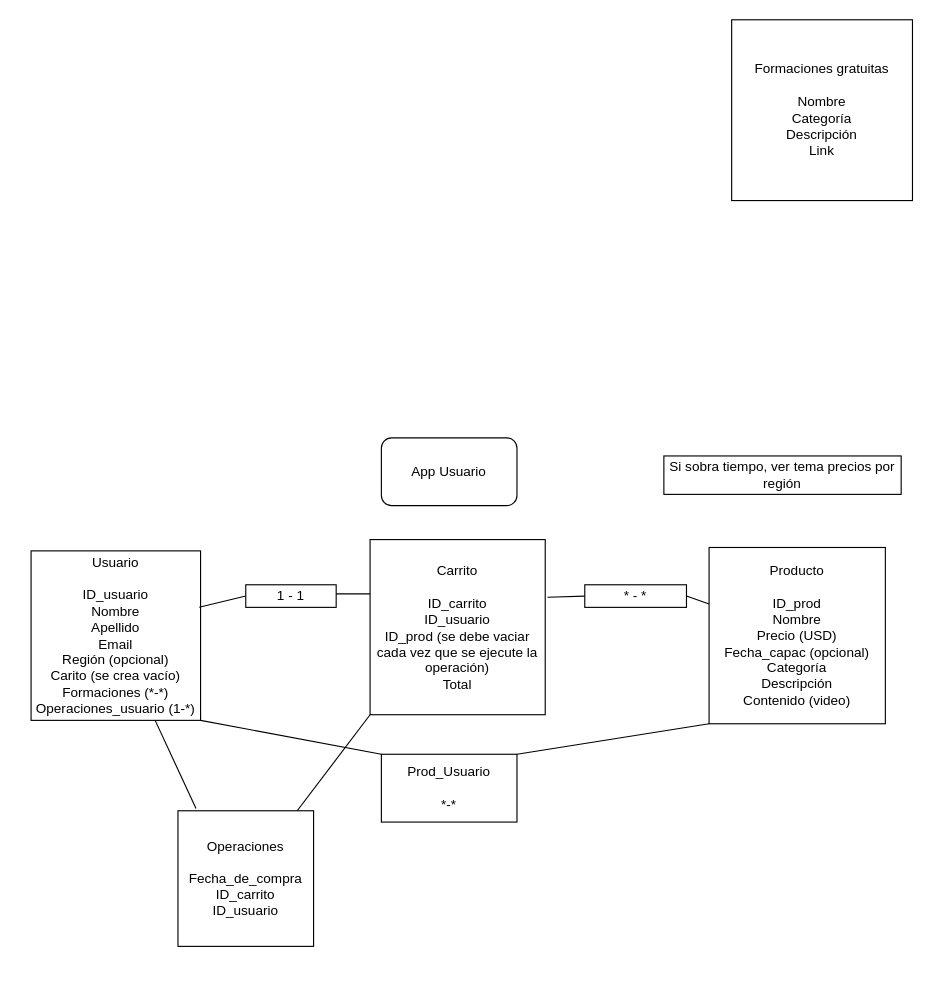
Above: Untitled Diagram.drawio in Matt-Str97/Korean-Root---MVP (draw.io), before the change. Source tidied: cells renumbered, new cells numbered last; positions are measured from the earlier drawing's top-left corner, leaving out a move shared by most shapes. Both pictures are drawn from the tidied source at 113%, with x=0, y=0 at pixel (31, 19).
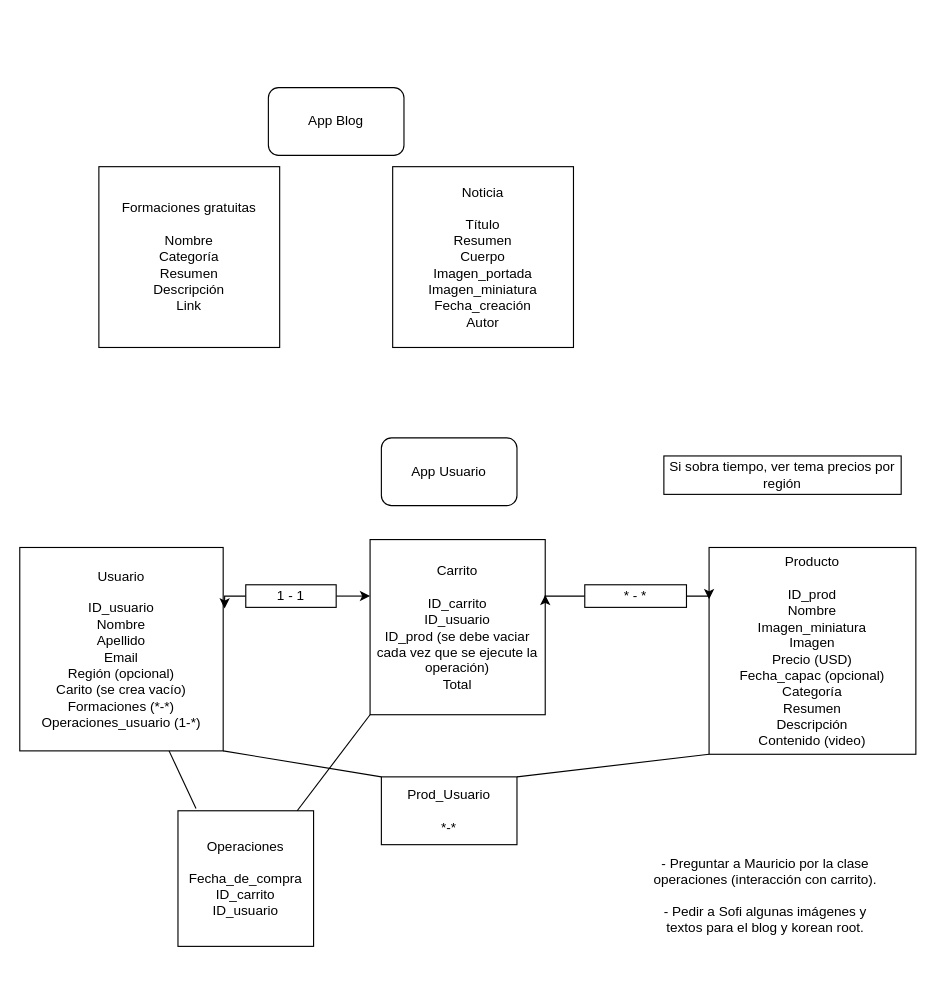
The same diagram, later.

Unchanged cells that the change refers to:
```xml
<mxCell id="6" value="Carrito&lt;br&gt;&lt;br&gt;ID_carrito&lt;br&gt;ID_usuario&lt;br&gt;ID_prod (se debe vaciar cada vez que se ejecute la operación)&lt;br&gt;Total" style="whiteSpace=wrap;html=1;" parent="1" vertex="1">
  <mxGeometry x="300" y="460" width="155" height="155" as="geometry" />
</mxCell>
<mxCell id="11" value="* - *" style="rounded=0;whiteSpace=wrap;html=1;" parent="1" vertex="1">
  <mxGeometry x="490" y="500" width="90" height="20" as="geometry" />
</mxCell>
```

What changed in the source:
```diff
@@
     <mxCell id="2" value="Usuario&lt;br&gt;&lt;br&gt;ID_usuario&lt;br&gt;Nombre&lt;br&gt;Apellido&lt;br&gt;Email&lt;br&gt;Región (opcional)&lt;br&gt;Carito (se crea vacío)&lt;br&gt;Formaciones (*-*)&lt;br&gt;Operaciones_usuario (1-*)" style="whiteSpace=wrap;html=1;" parent="1" vertex="1">
-      <mxGeometry y="470" width="150" height="150" as="geometry" />
+      <mxGeometry x="-10" y="467" width="180" height="180" as="geometry" />
     </mxCell>
-    <mxCell id="3" value="Producto&lt;br&gt;&lt;br&gt;ID_prod&lt;br&gt;Nombre&lt;br&gt;Precio (USD)&lt;br&gt;Fecha_capac (opcional)&lt;br&gt;Categoría&lt;br&gt;Descripción&lt;br&gt;Contenido (video)" style="whiteSpace=wrap;html=1;" parent="1" vertex="1">
-      <mxGeometry x="600" y="467" width="156" height="156" as="geometry" />
+    <mxCell id="3" value="Producto&lt;br&gt;&lt;br&gt;ID_prod&lt;br&gt;Nombre&lt;br&gt;Imagen_miniatura&lt;br&gt;Imagen&lt;br&gt;Precio (USD)&lt;br&gt;Fecha_capac (opcional)&lt;br&gt;Categoría&lt;br&gt;Resumen&lt;br&gt;Descripción&lt;br&gt;Contenido (video)" style="whiteSpace=wrap;html=1;" parent="1" vertex="1">
+      <mxGeometry x="600" y="467" width="183" height="183" as="geometry" />
     </mxCell>
-    <mxCell id="4" value="Formaciones gratuitas&lt;br&gt;&lt;br&gt;Nombre&lt;br&gt;Categoría&lt;br&gt;Descripción&lt;br&gt;Link" style="whiteSpace=wrap;html=1;" parent="1" vertex="1">
-      <mxGeometry x="620" width="160" height="160" as="geometry" />
+    <mxCell id="4" value="Formaciones gratuitas&lt;br&gt;&lt;br&gt;Nombre&lt;br&gt;Categoría&lt;br&gt;Resumen&lt;br&gt;Descripción&lt;br&gt;Link" style="whiteSpace=wrap;html=1;" parent="1" vertex="1">
+      <mxGeometry x="60" y="130" width="160" height="160" as="geometry" />
     </mxCell>
@@
+    <mxCell id="8" style="edgeStyle=orthogonalEdgeStyle;rounded=0;jettySize=auto;html=1;exitX=0;exitY=0.5;exitDx=0;exitDy=0;entryX=1.007;entryY=0.3;entryDx=0;entryDy=0;entryPerimeter=0;" parent="1" edge="1" source="9" target="2">
+      <mxGeometry relative="1" as="geometry" />
+    </mxCell>
+    <mxCell id="20" style="edgeStyle=orthogonalEdgeStyle;rounded=0;jettySize=auto;html=1;exitX=1;exitY=0.5;exitDx=0;exitDy=0;entryX=0;entryY=0.323;entryDx=0;entryDy=0;entryPerimeter=0;" parent="1" edge="1" source="9" target="6">
+      <mxGeometry relative="1" as="geometry" />
+    </mxCell>
+    <mxCell id="9" value="1 - 1" style="rounded=0;whiteSpace=wrap;html=1;" parent="1" vertex="1">
+      <mxGeometry x="190" y="500" width="80" height="20" as="geometry" />
+    </mxCell>
-    <mxCell id="7" style="endArrow=none;html=1;rounded=0;exitX=0;exitY=0.5;exitDx=0;exitDy=0;entryX=1.013;entryY=0.329;entryDx=0;entryDy=0;entryPerimeter=0;" parent="1" edge="1" source="11" target="6">
+    <mxCell id="7" style="edgeStyle=orthogonalEdgeStyle;rounded=0;jettySize=auto;html=1;exitX=0;exitY=0.5;exitDx=0;exitDy=0;entryX=1;entryY=0.316;entryDx=0;entryDy=0;entryPerimeter=0;" parent="1" edge="1" source="11" target="6">
       <mxGeometry relative="1" as="geometry" />
     </mxCell>
-    <mxCell id="8" style="endArrow=none;html=1;rounded=0;startArrow=none;exitX=0;exitY=0.5;exitDx=0;exitDy=0;entryX=0.992;entryY=0.333;entryDx=0;entryDy=0;entryPerimeter=0;" parent="1" edge="1" source="9" target="2">
-      <mxGeometry relative="1" as="geometry" />
-    </mxCell>
-    <mxCell id="9" value="1 - 1" style="rounded=0;whiteSpace=wrap;html=1;" parent="1" vertex="1">
-      <mxGeometry x="190" y="500" width="80" height="20" as="geometry" />
-    </mxCell>
-    <mxCell id="10" style="endArrow=none;html=1;rounded=0;" parent="1" edge="1">
-      <mxGeometry relative="1" as="geometry">
-        <mxPoint x="300" y="508" as="sourcePoint" />
-        <mxPoint x="270" y="508" as="targetPoint" />
-      </mxGeometry>
-    </mxCell>
+    <mxCell id="21" style="edgeStyle=orthogonalEdgeStyle;rounded=0;jettySize=auto;html=1;exitX=1;exitY=0.5;exitDx=0;exitDy=0;entryX=0;entryY=0.25;entryDx=0;entryDy=0;" parent="1" edge="1" source="11" target="3">
+      <mxGeometry relative="1" as="geometry" />
+    </mxCell>
@@
     <mxCell id="12" value="Prod_Usuario&lt;br&gt;&lt;br&gt;*-*" style="rounded=0;whiteSpace=wrap;html=1;" parent="1" vertex="1">
-      <mxGeometry x="310" y="650" width="120" height="60" as="geometry" />
+      <mxGeometry x="310" y="670" width="120" height="60" as="geometry" />
     </mxCell>
@@
-    <mxCell id="19" style="endArrow=none;html=1;rounded=0;entryX=1;entryY=0.5;entryDx=0;entryDy=0;exitX=0;exitY=0.321;exitDx=0;exitDy=0;exitPerimeter=0;" parent="1" edge="1" source="3" target="11">
-      <mxGeometry relative="1" as="geometry" />
-    </mxCell>
+    <mxCell id="22" value="App Blog" style="rounded=1;whiteSpace=wrap;html=1;" parent="1" vertex="1">
+      <mxGeometry x="210" y="60" width="120" height="60" as="geometry" />
+    </mxCell>
+    <mxCell id="23" value="Noticia&lt;br&gt;&lt;br&gt;Título&lt;br&gt;Resumen&lt;br&gt;Cuerpo&lt;br&gt;Imagen_portada&lt;br&gt;Imagen_miniatura&lt;br&gt;Fecha_creación&lt;br&gt;Autor" style="whiteSpace=wrap;html=1;" parent="1" vertex="1">
+      <mxGeometry x="320" y="130" width="160" height="160" as="geometry" />
+    </mxCell>
+    <mxCell id="24" value="- Preguntar a Mauricio por la clase operaciones (interacción con carrito).&lt;br&gt;&lt;br&gt;- Pedir a Sofi algunas imágenes y textos para el blog y korean root." style="text;html=1;strokeColor=none;fillColor=none;align=center;verticalAlign=middle;whiteSpace=wrap;rounded=0;" parent="1" vertex="1">
+      <mxGeometry x="550" y="700" width="200" height="150" as="geometry" />
+    </mxCell>
```
